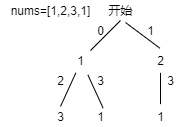
This is pic/lc-0198-01.png from ldtech007/leetcode, a draw.io export, as it was before one commit. Source tidied: cells renumbered, new cells last; positions are measured from the earlier drawing's top-left corner, leaving out a move shared by most shapes.
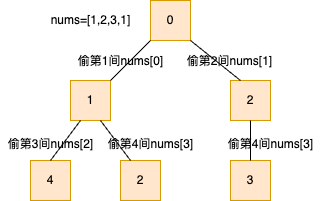
After the change.

What changed in the source:
```diff
@@ -2,63 +2,56 @@
   <root>
     <mxCell id="0" />
     <mxCell id="1" parent="0" />
-    <mxCell id="2" value="开始" style="text;html=1;align=center;verticalAlign=middle;" parent="1" vertex="1">
-      <mxGeometry x="100" width="40" height="20" as="geometry" />
-    </mxCell>
-    <mxCell id="3" value="1" style="text;html=1;align=center;verticalAlign=middle;points=[];" parent="1" vertex="1">
-      <mxGeometry x="70" y="50" width="20" height="20" as="geometry" />
-    </mxCell>
-    <mxCell id="4" value="2" style="text;html=1;align=center;verticalAlign=middle;points=[];" parent="1" vertex="1">
-      <mxGeometry x="150" y="50" width="20" height="20" as="geometry" />
-    </mxCell>
-    <mxCell id="5" value="3" style="text;html=1;align=center;verticalAlign=middle;" parent="1" vertex="1">
-      <mxGeometry x="50" y="106" width="20" height="20" as="geometry" />
-    </mxCell>
-    <mxCell id="6" value="1" style="text;html=1;align=center;verticalAlign=middle;points=[];" parent="1" vertex="1">
-      <mxGeometry x="90" y="106" width="20" height="20" as="geometry" />
-    </mxCell>
-    <mxCell id="7" value="1" style="text;html=1;align=center;verticalAlign=middle;points=[];" parent="1" vertex="1">
-      <mxGeometry x="150" y="106" width="20" height="20" as="geometry" />
-    </mxCell>
-    <mxCell id="8" style="endArrow=none;html=1;" parent="1" edge="1">
-      <mxGeometry relative="1" as="geometry">
-        <mxPoint x="90" y="50" as="sourcePoint" />
-        <mxPoint x="120" y="20" as="targetPoint" />
-      </mxGeometry>
-    </mxCell>
-    <mxCell id="9" style="endArrow=none;html=1;exitX=0.467;exitY=-0.117;exitDx=0;exitDy=0;exitPerimeter=0;" parent="1" edge="1" source="4">
-      <mxGeometry relative="1" as="geometry">
-        <mxPoint x="125" y="22" as="targetPoint" />
-      </mxGeometry>
-    </mxCell>
-    <mxCell id="10" style="endArrow=none;html=1;entryX=0.267;entryY=1.117;entryDx=0;entryDy=0;entryPerimeter=0;" parent="1" edge="1" target="3">
-      <mxGeometry relative="1" as="geometry">
-        <mxPoint x="60" y="106" as="sourcePoint" />
-      </mxGeometry>
-    </mxCell>
-    <mxCell id="11" style="endArrow=none;html=1;exitX=0.633;exitY=0.083;exitDx=0;exitDy=0;exitPerimeter=0;entryX=0.867;entryY=1.217;entryDx=0;entryDy=0;entryPerimeter=0;" parent="1" edge="1" source="6" target="3">
-      <mxGeometry relative="1" as="geometry" />
-    </mxCell>
-    <mxCell id="12" style="endArrow=none;html=1;exitX=0.5;exitY=-0.117;exitDx=0;exitDy=0;exitPerimeter=0;entryX=0.5;entryY=1.117;entryDx=0;entryDy=0;entryPerimeter=0;" parent="1" edge="1" source="7" target="4">
-      <mxGeometry relative="1" as="geometry" />
-    </mxCell>
+    <mxCell id="14" value="0" style="rounded=0;whiteSpace=wrap;html=1;fillColor=#ffe6cc;strokeColor=#d79b00;" parent="1" vertex="1">
+      <mxGeometry x="-170" y="-40" width="40" height="40" as="geometry" />
+    </mxCell>
     <mxCell id="13" value="nums=[1,2,3,1]" style="text;html=1;align=center;verticalAlign=middle;" parent="1" vertex="1">
-      <mxGeometry width="100" height="20" as="geometry" />
+      <mxGeometry x="-280" y="-30" width="100" height="20" as="geometry" />
     </mxCell>
-    <mxCell id="14" value="0" style="text;html=1;align=center;verticalAlign=middle;points=[];" parent="1" vertex="1">
-      <mxGeometry x="90" y="20" width="20" height="20" as="geometry" />
-    </mxCell>
-    <mxCell id="15" value="1" style="text;html=1;align=center;verticalAlign=middle;" parent="1" vertex="1">
-      <mxGeometry x="140" y="20" width="20" height="20" as="geometry" />
-    </mxCell>
-    <mxCell id="16" value="2" style="text;html=1;align=center;verticalAlign=middle;" parent="1" vertex="1">
-      <mxGeometry x="50" y="70" width="20" height="20" as="geometry" />
-    </mxCell>
-    <mxCell id="17" value="3" style="text;html=1;align=center;verticalAlign=middle;" parent="1" vertex="1">
-      <mxGeometry x="90" y="70" width="20" height="20" as="geometry" />
-    </mxCell>
-    <mxCell id="18" value="3" style="text;html=1;align=center;verticalAlign=middle;" parent="1" vertex="1">
-      <mxGeometry x="160" y="70" width="20" height="20" as="geometry" />
-    </mxCell>
+    <mxCell id="19" value="1" style="rounded=0;whiteSpace=wrap;html=1;fillColor=#ffe6cc;strokeColor=#d79b00;" parent="1" vertex="1">
+      <mxGeometry x="-250" y="40" width="40" height="40" as="geometry" />
+    </mxCell>
+    <mxCell id="20" value="2" style="rounded=0;whiteSpace=wrap;html=1;fillColor=#ffe6cc;strokeColor=#d79b00;" parent="1" vertex="1">
+      <mxGeometry x="-90" y="40" width="40" height="40" as="geometry" />
+    </mxCell>
+    <mxCell id="21" value="4" style="rounded=0;whiteSpace=wrap;html=1;fillColor=#ffe6cc;strokeColor=#d79b00;" parent="1" vertex="1">
+      <mxGeometry x="-290" y="120" width="40" height="40" as="geometry" />
+    </mxCell>
+    <mxCell id="22" value="2" style="rounded=0;whiteSpace=wrap;html=1;fillColor=#ffe6cc;strokeColor=#d79b00;" parent="1" vertex="1">
+      <mxGeometry x="-200" y="120" width="40" height="40" as="geometry" />
+    </mxCell>
+    <mxCell id="23" value="3" style="rounded=0;whiteSpace=wrap;html=1;fillColor=#ffe6cc;strokeColor=#d79b00;" parent="1" vertex="1">
+      <mxGeometry x="-90" y="120" width="40" height="40" as="geometry" />
+    </mxCell>
+    <mxCell id="24" style="endArrow=none;html=1;entryX=0;entryY=1;entryDx=0;entryDy=0;exitX=1;exitY=0;exitDx=0;exitDy=0;" parent="1" edge="1" source="19" target="14">
+      <mxGeometry relative="1" as="geometry" />
+    </mxCell>
+    <mxCell id="25" value="偷第1间nums[0]" style="text;html=1;align=center;verticalAlign=middle;" parent="1" vertex="1">
+      <mxGeometry x="-250" y="11" width="100" height="20" as="geometry" />
+    </mxCell>
+    <mxCell id="26" style="endArrow=none;html=1;entryX=1;entryY=1;entryDx=0;entryDy=0;exitX=0.25;exitY=0;exitDx=0;exitDy=0;" parent="1" edge="1" source="20" target="14">
+      <mxGeometry relative="1" as="geometry" />
+    </mxCell>
+    <mxCell id="27" value="偷第2间nums[1]" style="text;html=1;align=center;verticalAlign=middle;" parent="1" vertex="1">
+      <mxGeometry x="-141" y="11" width="100" height="20" as="geometry" />
+    </mxCell>
+    <mxCell id="28" style="endArrow=none;html=1;entryX=0.25;entryY=1;entryDx=0;entryDy=0;exitX=0.5;exitY=0;exitDx=0;exitDy=0;" parent="1" edge="1" source="21" target="19">
+      <mxGeometry relative="1" as="geometry" />
+    </mxCell>
+    <mxCell id="29" style="endArrow=none;html=1;entryX=0.75;entryY=1;entryDx=0;entryDy=0;exitX=0.25;exitY=0;exitDx=0;exitDy=0;" parent="1" edge="1" source="22" target="19">
+      <mxGeometry relative="1" as="geometry" />
+    </mxCell>
+    <mxCell id="30" style="endArrow=none;html=1;entryX=0.5;entryY=1;entryDx=0;entryDy=0;exitX=0.5;exitY=0;exitDx=0;exitDy=0;" parent="1" edge="1" source="23" target="20">
+      <mxGeometry relative="1" as="geometry" />
+    </mxCell>
+    <mxCell id="31" value="偷第3间nums[2]" style="text;html=1;align=center;verticalAlign=middle;" parent="1" vertex="1">
+      <mxGeometry x="-320" y="94" width="100" height="20" as="geometry" />
+    </mxCell>
+    <mxCell id="32" value="偷第4间nums[3]" style="text;html=1;align=center;verticalAlign=middle;" parent="1" vertex="1">
+      <mxGeometry x="-220" y="94" width="100" height="20" as="geometry" />
+    </mxCell>
+    <mxCell id="33" value="偷第4间nums[3]" style="text;html=1;align=center;verticalAlign=middle;" parent="1" vertex="1">
+      <mxGeometry x="-100" y="94" width="100" height="20" as="geometry" />
+    </mxCell>
   </root>
 </mxGraphModel>
```
